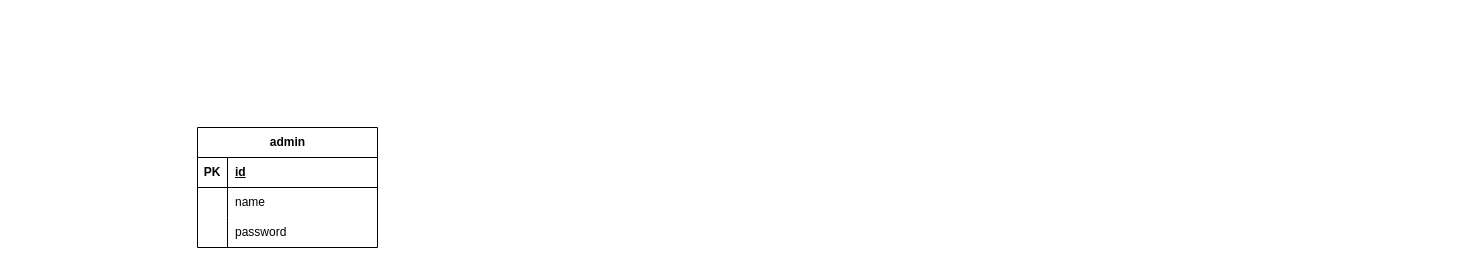
ernurQ/eat-web-diagrams keeps this draw.io diagram as page "admin" (2 of 9) of app.drawio. Above is the earlier version. Source tidied: cells renumbered, new cells numbered last; positions are measured from the earlier drawing's top-left corner, leaving out a move shared by most shapes. Both pictures are drawn from the tidied source at 100%, with x=0, y=0 at pixel (197, 127).
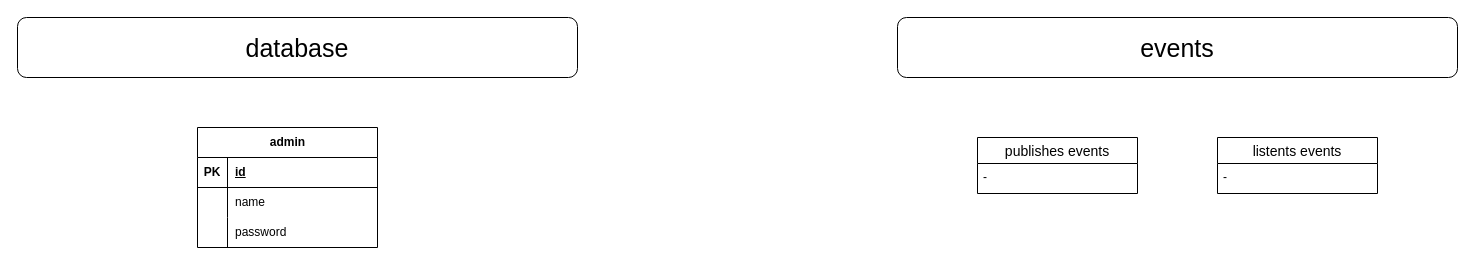
The same page after the edit.

The edit, as a diff of the source:
```diff
@@
 <mxGraphModel>
   <root>
     <mxCell id="0" />
     <mxCell id="1" parent="0" />
     <mxCell id="2" value="admin" style="shape=table;startSize=30;childLayout=tableLayout;rowLines=0;fontStyle=1;align=center;html=1;" parent="1" vertex="1">
       <mxGeometry width="180" height="120" as="geometry" />
     </mxCell>
     <mxCell id="3" style="shape=tableRow;horizontal=0;startSize=0;swimlaneHead=0;swimlaneBody=0;fillColor=none;top=0;left=0;right=0;bottom=1;" parent="2" vertex="1">
       <mxGeometry y="30" width="180" height="30" as="geometry" />
     </mxCell>
     <mxCell id="4" value="PK" style="shape=partialRectangle;fillColor=none;top=0;left=0;bottom=0;right=0;fontStyle=1;overflow=hidden;whiteSpace=wrap;html=1;" parent="3" vertex="1">
       <mxGeometry width="30" height="30" as="geometry" />
     </mxCell>
     <mxCell id="5" value="id" style="shape=partialRectangle;fillColor=none;top=0;left=0;bottom=0;right=0;align=left;spacingLeft=6;fontStyle=5;overflow=hidden;whiteSpace=wrap;html=1;" parent="3" vertex="1">
       <mxGeometry x="30" width="150" height="30" as="geometry" />
     </mxCell>
     <mxCell id="6" style="shape=tableRow;horizontal=0;startSize=0;swimlaneHead=0;swimlaneBody=0;fillColor=none;top=0;left=0;right=0;bottom=0;" parent="2" vertex="1">
       <mxGeometry y="60" width="180" height="30" as="geometry" />
     </mxCell>
     <mxCell id="7" style="shape=partialRectangle;fillColor=none;top=0;left=0;bottom=0;right=0;overflow=hidden;whiteSpace=wrap;html=1;" parent="6" vertex="1">
       <mxGeometry width="30" height="30" as="geometry" />
     </mxCell>
     <mxCell id="8" value="name" style="shape=partialRectangle;fillColor=none;top=0;left=0;bottom=0;right=0;align=left;spacingLeft=6;overflow=hidden;whiteSpace=wrap;html=1;" parent="6" vertex="1">
       <mxGeometry x="30" width="150" height="30" as="geometry" />
     </mxCell>
     <mxCell id="9" style="shape=tableRow;horizontal=0;startSize=0;swimlaneHead=0;swimlaneBody=0;fillColor=none;top=0;left=0;right=0;bottom=0;" parent="2" vertex="1">
       <mxGeometry y="90" width="180" height="30" as="geometry" />
     </mxCell>
     <mxCell id="10" style="shape=partialRectangle;fillColor=none;top=0;left=0;bottom=0;right=0;overflow=hidden;whiteSpace=wrap;html=1;" parent="9" vertex="1">
       <mxGeometry width="30" height="30" as="geometry" />
     </mxCell>
     <mxCell id="11" value="password" style="shape=partialRectangle;fillColor=none;top=0;left=0;bottom=0;right=0;align=left;spacingLeft=6;overflow=hidden;whiteSpace=wrap;html=1;" parent="9" vertex="1">
       <mxGeometry x="30" width="150" height="30" as="geometry" />
     </mxCell>
+    <mxCell id="12" value="&lt;font style=&quot;font-size: 25px;&quot;&gt;database&lt;/font&gt;" style="rounded=1;whiteSpace=wrap;html=1;" parent="1" vertex="1">
+      <mxGeometry x="-180" y="-110" width="560" height="60" as="geometry" />
+    </mxCell>
+    <mxCell id="13" value="&lt;font style=&quot;font-size: 25px;&quot;&gt;events&lt;/font&gt;" style="rounded=1;whiteSpace=wrap;html=1;" parent="1" vertex="1">
+      <mxGeometry x="700" y="-110" width="560" height="60" as="geometry" />
+    </mxCell>
+    <mxCell id="14" value="listents events" style="swimlane;fontStyle=0;horizontal=1;startSize=26;align=center;fontSize=14;" parent="1" vertex="1">
+      <mxGeometry x="1020" y="10" width="160" height="56" as="geometry" />
+    </mxCell>
+    <mxCell id="15" value="-" style="text;strokeColor=none;fillColor=none;spacingLeft=4;spacingRight=4;overflow=hidden;fontSize=12;whiteSpace=wrap;html=1;" parent="14" vertex="1">
+      <mxGeometry y="26" width="160" height="30" as="geometry" />
+    </mxCell>
+    <mxCell id="16" value="publishes events" style="swimlane;fontStyle=0;horizontal=1;startSize=26;align=center;fontSize=14;" parent="1" vertex="1">
+      <mxGeometry x="780" y="10" width="160" height="56" as="geometry" />
+    </mxCell>
+    <mxCell id="17" value="-" style="text;strokeColor=none;fillColor=none;spacingLeft=4;spacingRight=4;overflow=hidden;fontSize=12;whiteSpace=wrap;html=1;" parent="16" vertex="1">
+      <mxGeometry y="26" width="160" height="30" as="geometry" />
+    </mxCell>
   </root>
 </mxGraphModel>
```
